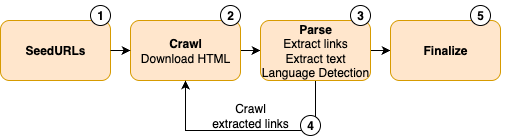
This is images/flowchart.drawio.png from jnehring/crawlzilla, a draw.io export, as it was before one commit. Source tidied: cells renumbered, new cells last; positions are measured from the earlier drawing's top-left corner, leaving out a move shared by most shapes.
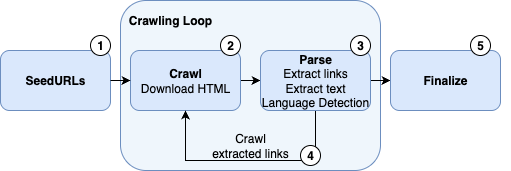
Later version of the same file.

What changed in the source:
```diff
@@ -2,13 +2,16 @@
   <root>
     <mxCell id="0" />
     <mxCell id="1" parent="0" />
+    <mxCell id="21" style="rounded=1;whiteSpace=wrap;html=1;fillColor=#EFF6FC;strokeColor=#6c8ebf;" parent="1" vertex="1">
+      <mxGeometry x="120" y="-30" width="260" height="170" as="geometry" />
+    </mxCell>
-    <mxCell id="2" value="SeedURLs" style="rounded=1;whiteSpace=wrap;html=1;fillColor=#ffe6cc;strokeColor=#d79b00;fontStyle=1;" parent="1" vertex="1">
+    <mxCell id="2" value="SeedURLs" style="rounded=1;whiteSpace=wrap;html=1;fillColor=#dae8fc;strokeColor=#6c8ebf;fontStyle=1;" parent="1" vertex="1">
       <mxGeometry y="20" width="110" height="60" as="geometry" />
     </mxCell>
     <mxCell id="3" style="edgeStyle=orthogonalEdgeStyle;rounded=0;jettySize=auto;html=1;exitX=1;exitY=0.5;exitDx=0;exitDy=0;entryX=0;entryY=0.5;entryDx=0;entryDy=0;" parent="1" edge="1" source="4" target="7">
       <mxGeometry relative="1" as="geometry" />
     </mxCell>
-    <mxCell id="4" value="&lt;b&gt;Crawl&lt;/b&gt;&lt;br&gt;Download HTML" style="rounded=1;whiteSpace=wrap;html=1;fillColor=#ffe6cc;strokeColor=#d79b00;" parent="1" vertex="1">
+    <mxCell id="4" value="&lt;b&gt;Crawl&lt;/b&gt;&lt;br&gt;Download HTML" style="rounded=1;whiteSpace=wrap;html=1;fillColor=#dae8fc;strokeColor=#6c8ebf;" parent="1" vertex="1">
       <mxGeometry x="130" y="20" width="110" height="60" as="geometry" />
     </mxCell>
     <mxCell id="5" style="edgeStyle=orthogonalEdgeStyle;rounded=0;jettySize=auto;html=1;exitX=0.5;exitY=1;exitDx=0;exitDy=0;entryX=0.5;entryY=1;entryDx=0;entryDy=0;" parent="1" edge="1" source="7" target="4">
@@ -22,10 +25,10 @@
     <mxCell id="6" style="edgeStyle=orthogonalEdgeStyle;rounded=0;jettySize=auto;html=1;exitX=1;exitY=0.5;exitDx=0;exitDy=0;entryX=0;entryY=0.5;entryDx=0;entryDy=0;" parent="1" edge="1" source="7" target="8">
       <mxGeometry relative="1" as="geometry" />
     </mxCell>
-    <mxCell id="7" value="&lt;b&gt;Parse&lt;/b&gt;&lt;br&gt;Extract links&lt;div&gt;Extract text&lt;/div&gt;&lt;div&gt;Language Detection&lt;/div&gt;" style="rounded=1;whiteSpace=wrap;html=1;fillColor=#ffe6cc;strokeColor=#d79b00;" parent="1" vertex="1">
+    <mxCell id="7" value="&lt;b&gt;Parse&lt;/b&gt;&lt;br&gt;Extract links&lt;div&gt;Extract text&lt;/div&gt;&lt;div&gt;Language Detection&lt;/div&gt;" style="rounded=1;whiteSpace=wrap;html=1;fillColor=#dae8fc;strokeColor=#6c8ebf;" parent="1" vertex="1">
       <mxGeometry x="260" y="20" width="110" height="60" as="geometry" />
     </mxCell>
-    <mxCell id="8" value="Finalize" style="rounded=1;whiteSpace=wrap;html=1;fillColor=#ffe6cc;strokeColor=#d79b00;fontStyle=1;" parent="1" vertex="1">
+    <mxCell id="8" value="Finalize" style="rounded=1;whiteSpace=wrap;html=1;fillColor=#dae8fc;strokeColor=#6c8ebf;fontStyle=1;" parent="1" vertex="1">
       <mxGeometry x="390" y="20" width="110" height="60" as="geometry" />
     </mxCell>
     <mxCell id="9" style="endArrow=classic;html=1;rounded=0;exitX=1;exitY=0.5;exitDx=0;exitDy=0;entryX=0;entryY=0.5;entryDx=0;entryDy=0;" parent="1" edge="1" source="2" target="4">
@@ -64,5 +67,8 @@
     <mxCell id="20" value="5" style="text;html=1;align=center;verticalAlign=middle;whiteSpace=wrap;rounded=0;fontStyle=1;" parent="1" vertex="1">
       <mxGeometry x="450" width="60" height="30" as="geometry" />
     </mxCell>
+    <mxCell id="22" value="Crawling Loop" style="text;html=1;align=center;verticalAlign=middle;whiteSpace=wrap;rounded=0;fontStyle=1;" parent="1" vertex="1">
+      <mxGeometry x="120" y="-25" width="100" height="30" as="geometry" />
+    </mxCell>
   </root>
 </mxGraphModel>
```
